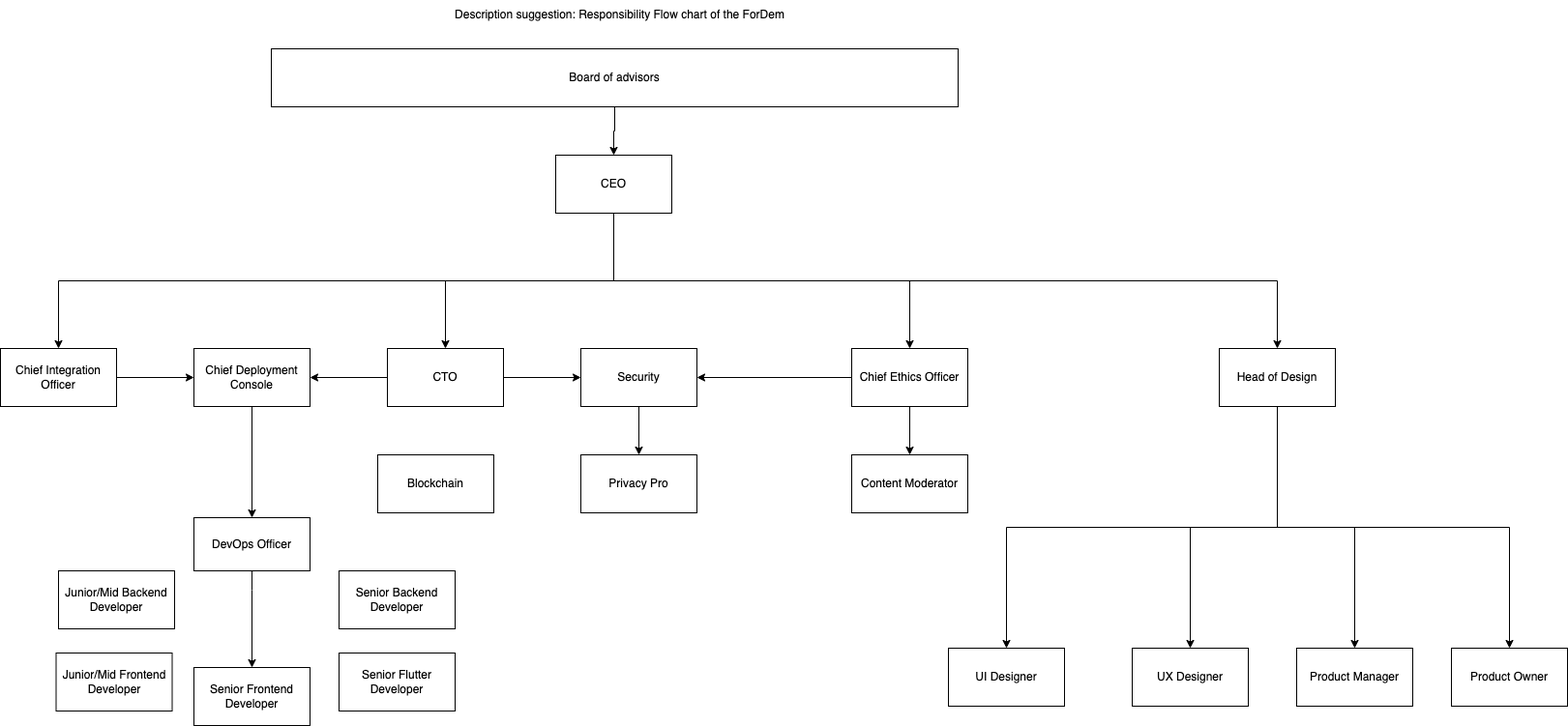
This is .images/Architecture-I.drawio.png from tcfev/Fordem, a draw.io export, as it was before one commit. Source tidied: cells renumbered, new cells last; positions are measured from the earlier drawing's top-left corner, leaving out a move shared by most shapes. Its diagram source:
```xml
<mxGraphModel>
  <root>
    <mxCell id="0" />
    <mxCell id="1" parent="0" />
    <mxCell id="2" style="edgeStyle=orthogonalEdgeStyle;rounded=0;jettySize=auto;html=1;exitX=0.5;exitY=1;exitDx=0;exitDy=0;" parent="1" edge="1" source="5" target="9">
      <mxGeometry relative="1" as="geometry" />
    </mxCell>
    <mxCell id="3" style="edgeStyle=orthogonalEdgeStyle;rounded=0;jettySize=auto;html=1;exitX=0.5;exitY=1;exitDx=0;exitDy=0;" parent="1" edge="1" source="5" target="12">
      <mxGeometry relative="1" as="geometry" />
    </mxCell>
    <mxCell id="4" style="edgeStyle=orthogonalEdgeStyle;rounded=0;jettySize=auto;html=1;exitX=0.5;exitY=1;exitDx=0;exitDy=0;" parent="1" edge="1" source="5" target="23">
      <mxGeometry relative="1" as="geometry" />
    </mxCell>
    <mxCell id="5" value="CEO" style="rounded=0;whiteSpace=wrap;html=1;" parent="1" vertex="1">
      <mxGeometry x="574" y="160" width="120" height="60" as="geometry" />
    </mxCell>
    <mxCell id="6" style="edgeStyle=orthogonalEdgeStyle;rounded=0;jettySize=auto;html=1;entryX=0;entryY=0.5;entryDx=0;entryDy=0;" parent="1" edge="1" source="9" target="15">
      <mxGeometry relative="1" as="geometry" />
    </mxCell>
    <mxCell id="7" style="edgeStyle=orthogonalEdgeStyle;rounded=0;jettySize=auto;html=1;exitX=0.5;exitY=1;exitDx=0;exitDy=0;" parent="1" edge="1" source="5" target="25">
      <mxGeometry relative="1" as="geometry" />
    </mxCell>
    <mxCell id="8" style="edgeStyle=orthogonalEdgeStyle;rounded=0;jettySize=auto;html=1;" parent="1" edge="1" source="9" target="27">
      <mxGeometry relative="1" as="geometry" />
    </mxCell>
    <mxCell id="9" value="CTO" style="rounded=0;whiteSpace=wrap;html=1;" parent="1" vertex="1">
      <mxGeometry x="400" y="360" width="120" height="60" as="geometry" />
    </mxCell>
    <mxCell id="10" style="edgeStyle=orthogonalEdgeStyle;rounded=0;jettySize=auto;html=1;" parent="1" edge="1" source="12" target="13">
      <mxGeometry relative="1" as="geometry" />
    </mxCell>
    <mxCell id="11" style="edgeStyle=orthogonalEdgeStyle;rounded=0;jettySize=auto;html=1;entryX=1;entryY=0.5;entryDx=0;entryDy=0;" parent="1" edge="1" source="12" target="15">
      <mxGeometry relative="1" as="geometry" />
    </mxCell>
    <mxCell id="12" value="Chief Ethics Officer" style="rounded=0;whiteSpace=wrap;html=1;" parent="1" vertex="1">
      <mxGeometry x="880" y="360" width="120" height="60" as="geometry" />
    </mxCell>
    <mxCell id="13" value="Content Moderator" style="whiteSpace=wrap;html=1;rounded=0;" parent="1" vertex="1">
      <mxGeometry x="880" y="470" width="120" height="60" as="geometry" />
    </mxCell>
    <mxCell id="14" style="edgeStyle=orthogonalEdgeStyle;rounded=0;jettySize=auto;html=1;" parent="1" edge="1" source="15" target="18">
      <mxGeometry relative="1" as="geometry" />
    </mxCell>
    <mxCell id="15" value="Security" style="whiteSpace=wrap;html=1;rounded=0;" parent="1" vertex="1">
      <mxGeometry x="600" y="360" width="120" height="60" as="geometry" />
    </mxCell>
    <mxCell id="16" style="edgeStyle=orthogonalEdgeStyle;rounded=0;jettySize=auto;html=1;entryX=0.5;entryY=0;entryDx=0;entryDy=0;" parent="1" edge="1" source="17" target="5">
      <mxGeometry relative="1" as="geometry" />
    </mxCell>
    <mxCell id="17" value="Board of advisors" style="rounded=0;whiteSpace=wrap;html=1;" parent="1" vertex="1">
      <mxGeometry x="280" y="50" width="710" height="60" as="geometry" />
    </mxCell>
    <mxCell id="18" value="Privacy Pro" style="whiteSpace=wrap;html=1;rounded=0;" parent="1" vertex="1">
      <mxGeometry x="600" y="470" width="120" height="60" as="geometry" />
    </mxCell>
    <mxCell id="19" style="edgeStyle=orthogonalEdgeStyle;rounded=0;jettySize=auto;html=1;exitX=0.5;exitY=1;exitDx=0;exitDy=0;" parent="1" edge="1" source="23" target="28">
      <mxGeometry relative="1" as="geometry" />
    </mxCell>
    <mxCell id="20" style="edgeStyle=orthogonalEdgeStyle;rounded=0;jettySize=auto;html=1;" parent="1" edge="1" source="23" target="29">
      <mxGeometry relative="1" as="geometry" />
    </mxCell>
    <mxCell id="21" style="edgeStyle=orthogonalEdgeStyle;rounded=0;jettySize=auto;html=1;exitX=0.5;exitY=1;exitDx=0;exitDy=0;" parent="1" edge="1" source="23" target="30">
      <mxGeometry relative="1" as="geometry" />
    </mxCell>
    <mxCell id="22" style="edgeStyle=orthogonalEdgeStyle;rounded=0;jettySize=auto;html=1;exitX=0.5;exitY=1;exitDx=0;exitDy=0;" parent="1" edge="1" source="23" target="31">
      <mxGeometry relative="1" as="geometry" />
    </mxCell>
    <mxCell id="23" value="Head of Design" style="rounded=0;whiteSpace=wrap;html=1;" parent="1" vertex="1">
      <mxGeometry x="1260" y="360" width="120" height="60" as="geometry" />
    </mxCell>
    <mxCell id="24" style="edgeStyle=orthogonalEdgeStyle;rounded=0;jettySize=auto;html=1;" parent="1" edge="1" source="25" target="27">
      <mxGeometry relative="1" as="geometry" />
    </mxCell>
    <mxCell id="25" value="Chief Integration Officer" style="rounded=0;whiteSpace=wrap;html=1;" parent="1" vertex="1">
      <mxGeometry y="360" width="120" height="60" as="geometry" />
    </mxCell>
    <mxCell id="26" style="edgeStyle=orthogonalEdgeStyle;rounded=0;jettySize=auto;html=1;" parent="1" edge="1" source="27" target="33">
      <mxGeometry relative="1" as="geometry" />
    </mxCell>
    <mxCell id="27" value="Chief Deployment Console" style="rounded=0;whiteSpace=wrap;html=1;" parent="1" vertex="1">
      <mxGeometry x="200" y="360" width="120" height="60" as="geometry" />
    </mxCell>
    <mxCell id="28" value="UI Designer" style="whiteSpace=wrap;html=1;rounded=0;" parent="1" vertex="1">
      <mxGeometry x="980" y="670" width="120" height="60" as="geometry" />
    </mxCell>
    <mxCell id="29" value="UX Designer" style="whiteSpace=wrap;html=1;rounded=0;" parent="1" vertex="1">
      <mxGeometry x="1170" y="670" width="120" height="60" as="geometry" />
    </mxCell>
    <mxCell id="30" value="Product Manager" style="rounded=0;whiteSpace=wrap;html=1;" parent="1" vertex="1">
      <mxGeometry x="1340" y="670" width="120" height="60" as="geometry" />
    </mxCell>
    <mxCell id="31" value="Product Owner" style="rounded=0;whiteSpace=wrap;html=1;" parent="1" vertex="1">
      <mxGeometry x="1500" y="670" width="120" height="60" as="geometry" />
    </mxCell>
    <mxCell id="32" style="edgeStyle=orthogonalEdgeStyle;rounded=0;jettySize=auto;html=1;exitX=0.5;exitY=1;exitDx=0;exitDy=0;" parent="1" edge="1" source="33" target="39">
      <mxGeometry relative="1" as="geometry">
        <Array as="points">
          <mxPoint x="260" y="610" />
          <mxPoint x="260" y="610" />
        </Array>
      </mxGeometry>
    </mxCell>
    <mxCell id="33" value="DevOps Officer" style="whiteSpace=wrap;html=1;" parent="1" vertex="1">
      <mxGeometry x="200" y="535" width="120" height="55" as="geometry" />
    </mxCell>
    <mxCell id="34" value="Description suggestion: Responsibility Flow chart of the ForDem" style="text;html=1;align=center;verticalAlign=middle;strokeColor=none;fillColor=none;" parent="1" vertex="1">
      <mxGeometry x="460" width="360" height="30" as="geometry" />
    </mxCell>
    <mxCell id="35" value="Blockchain" style="whiteSpace=wrap;html=1;" parent="1" vertex="1">
      <mxGeometry x="390" y="470" width="120" height="60" as="geometry" />
    </mxCell>
    <mxCell id="36" value="&lt;div&gt;Senior Flutter Developer&lt;/div&gt;" style="whiteSpace=wrap;html=1;" parent="1" vertex="1">
      <mxGeometry x="350" y="675" width="120" height="60" as="geometry" />
    </mxCell>
    <mxCell id="37" value="Senior Backend Developer" style="whiteSpace=wrap;html=1;" parent="1" vertex="1">
      <mxGeometry x="350" y="590" width="120" height="60" as="geometry" />
    </mxCell>
    <mxCell id="38" value="Junior/Mid Backend Developer" style="whiteSpace=wrap;html=1;" parent="1" vertex="1">
      <mxGeometry x="60" y="590" width="120" height="60" as="geometry" />
    </mxCell>
    <mxCell id="39" value="Senior Frontend Developer" style="whiteSpace=wrap;html=1;" parent="1" vertex="1">
      <mxGeometry x="200" y="690" width="120" height="60" as="geometry" />
    </mxCell>
    <mxCell id="40" value="Junior/Mid Frontend Developer" style="whiteSpace=wrap;html=1;" parent="1" vertex="1">
      <mxGeometry x="57.5" y="675" width="120" height="60" as="geometry" />
    </mxCell>
  </root>
</mxGraphModel>
```
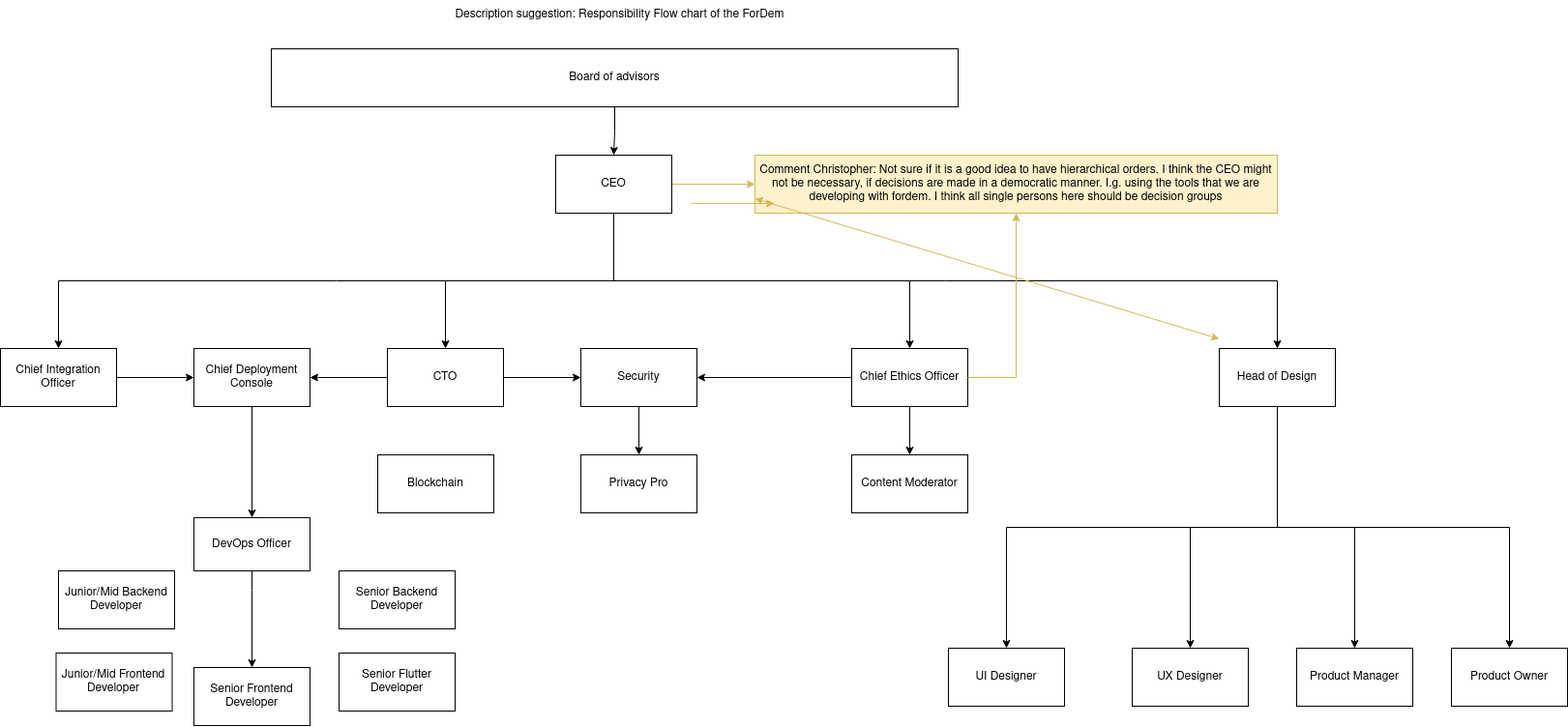
The same diagram one commit later.

What changed in the source:
```diff
@@ -11,6 +11,9 @@
     <mxCell id="4" style="edgeStyle=orthogonalEdgeStyle;rounded=0;jettySize=auto;html=1;exitX=0.5;exitY=1;exitDx=0;exitDy=0;" parent="1" edge="1" source="5" target="23">
       <mxGeometry relative="1" as="geometry" />
     </mxCell>
+    <mxCell id="41" style="edgeStyle=orthogonalEdgeStyle;rounded=0;jettySize=auto;html=1;exitX=1;exitY=0.5;exitDx=0;exitDy=0;entryX=0;entryY=0.5;entryDx=0;entryDy=0;fillColor=#fff2cc;strokeColor=#d6b656;" parent="1" edge="1" source="5" target="42">
+      <mxGeometry relative="1" as="geometry" />
+    </mxCell>
     <mxCell id="5" value="CEO" style="rounded=0;whiteSpace=wrap;html=1;" parent="1" vertex="1">
       <mxGeometry x="574" y="160" width="120" height="60" as="geometry" />
     </mxCell>
@@ -124,5 +127,22 @@
     <mxCell id="40" value="Junior/Mid Frontend Developer" style="whiteSpace=wrap;html=1;" parent="1" vertex="1">
       <mxGeometry x="57.5" y="675" width="120" height="60" as="geometry" />
     </mxCell>
+    <mxCell id="42" value="Comment Christopher: Not sure if it is a good idea to have hierarchical orders. I think the CEO might not be necessary, if decisions are made in a democratic manner. I.g. using the tools that we are developing with fordem. I think all single persons here should be decision groups" style="rounded=0;whiteSpace=wrap;html=1;fillColor=#fff2cc;strokeColor=#d6b656;" parent="1" vertex="1">
+      <mxGeometry x="780" y="160" width="540" height="60" as="geometry" />
+    </mxCell>
+    <mxCell id="43" style="endArrow=classic;startArrow=classic;html=1;rounded=0;entryX=0;entryY=0.75;entryDx=0;entryDy=0;fillColor=#fff2cc;strokeColor=#d6b656;" parent="1" edge="1" target="42">
+      <mxGeometry relative="1" as="geometry">
+        <mxPoint x="1260" y="350" as="sourcePoint" />
+      </mxGeometry>
+    </mxCell>
+    <mxCell id="44" style="edgeStyle=orthogonalEdgeStyle;rounded=0;jettySize=auto;html=1;exitX=1;exitY=0.5;exitDx=0;exitDy=0;fillColor=#fff2cc;strokeColor=#d6b656;" parent="1" edge="1" source="12" target="42">
+      <mxGeometry relative="1" as="geometry" />
+    </mxCell>
+    <mxCell id="45" style="edgeStyle=orthogonalEdgeStyle;rounded=0;orthogonalLoop=1;jettySize=auto;html=1;exitX=1;exitY=0.5;exitDx=0;exitDy=0;entryX=0;entryY=0.5;entryDx=0;entryDy=0;fillColor=#fff2cc;strokeColor=#d6b656;" parent="1" edge="1">
+      <mxGeometry relative="1" as="geometry">
+        <mxPoint x="714" y="210" as="sourcePoint" />
+        <mxPoint x="800" y="210" as="targetPoint" />
+      </mxGeometry>
+    </mxCell>
   </root>
 </mxGraphModel>
```
